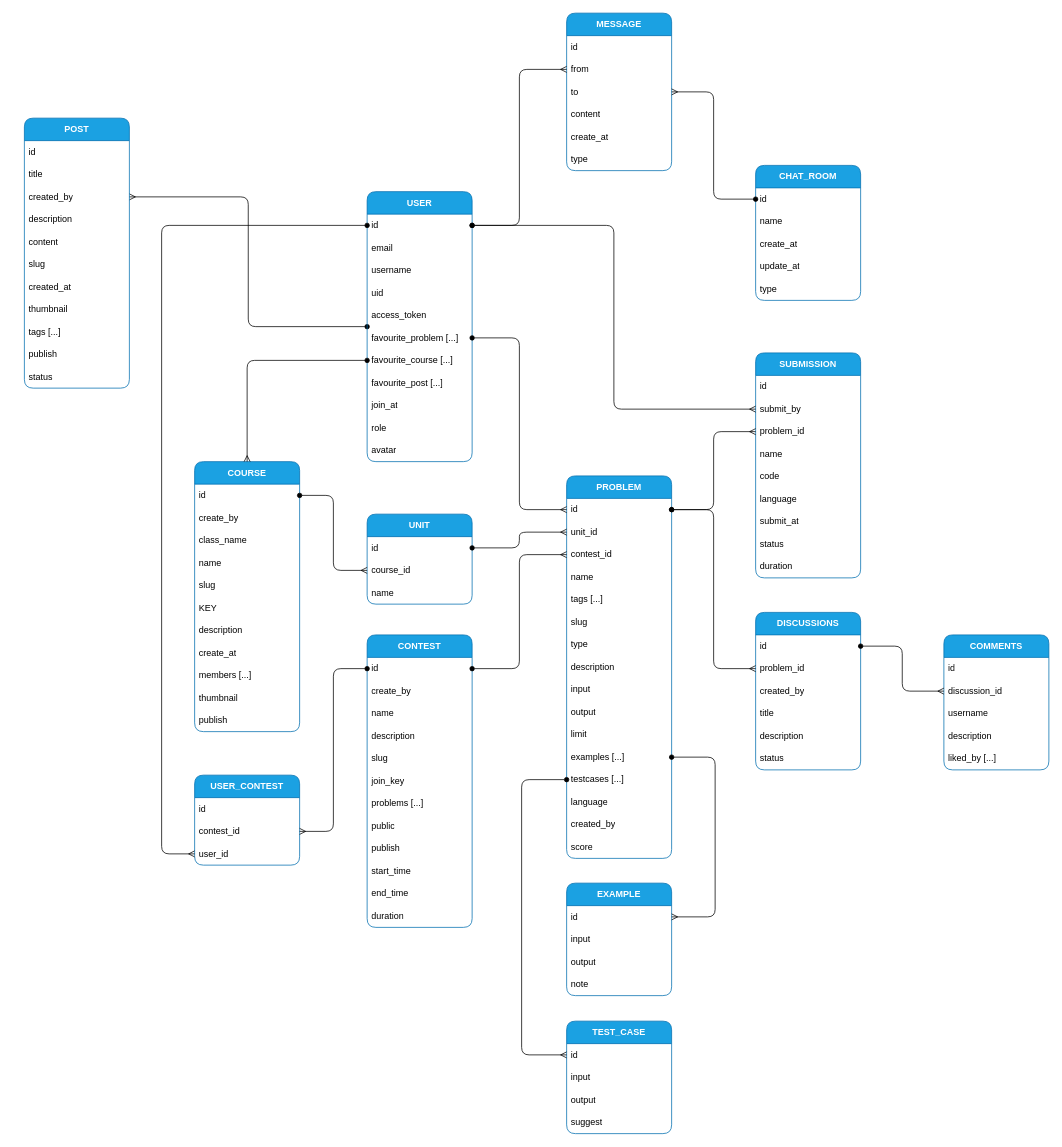
This is docs/db.drawio from kakanvk/hicommit-server, a draw.io file, before an edit. Source tidied: cells renumbered, new cells numbered last; positions are measured from the earlier drawing's top-left corner, leaving out a move shared by most shapes. Both pictures are drawn from the tidied source at 75%, with x=0, y=0 at pixel (24, 13).
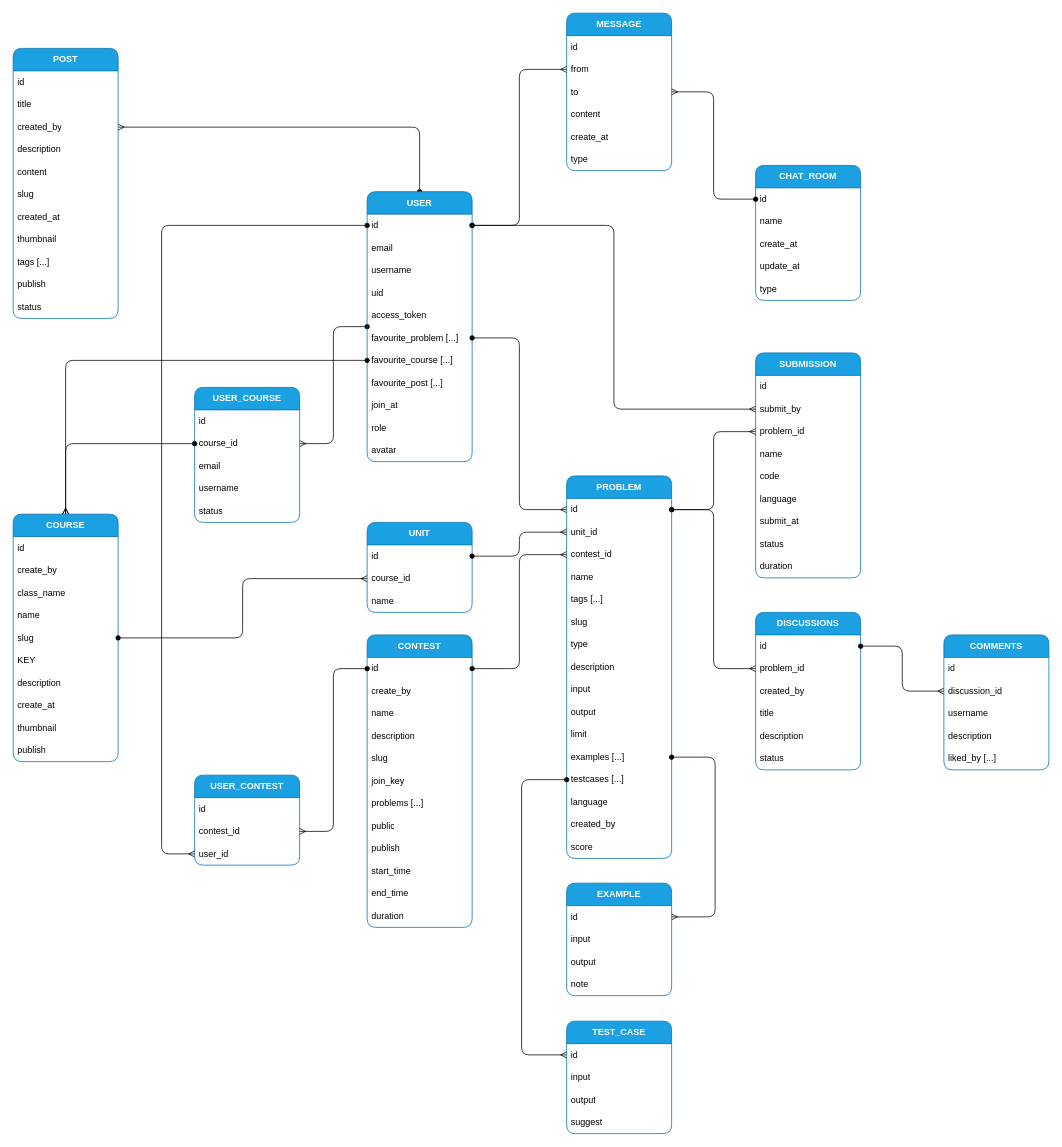
After the change.

Commit message (it also covers changes not shown here):
conf: member, join course

The change refers to these unchanged cells:
```xml
<mxCell id="20" value="id" style="text;strokeColor=none;fillColor=none;align=left;verticalAlign=middle;spacingLeft=4;spacingRight=4;overflow=hidden;points=[[0,0.5],[1,0.5]];portConstraint=eastwest;whiteSpace=wrap;html=1;" parent="19" vertex="1">
  <mxGeometry y="30" width="140" height="30" as="geometry" />
</mxCell>
<mxCell id="24" value="slug" style="text;strokeColor=none;fillColor=none;align=left;verticalAlign=middle;spacingLeft=4;spacingRight=4;overflow=hidden;points=[[0,0.5],[1,0.5]];portConstraint=eastwest;whiteSpace=wrap;html=1;" parent="19" vertex="1">
  <mxGeometry y="150" width="140" height="30" as="geometry" />
</mxCell>
<mxCell id="33" value="course_id" style="text;strokeColor=none;fillColor=none;align=left;verticalAlign=middle;spacingLeft=4;spacingRight=4;overflow=hidden;points=[[0,0.5],[1,0.5]];portConstraint=eastwest;whiteSpace=wrap;html=1;" parent="31" vertex="1">
  <mxGeometry y="60" width="140" height="30" as="geometry" />
</mxCell>
<mxCell id="52" value="&lt;b&gt;USER&lt;/b&gt;" style="swimlane;fontStyle=0;horizontal=1;startSize=30;whiteSpace=wrap;html=1;rounded=1;fillColor=#1ba1e2;fontColor=#ffffff;strokeColor=#006EAF;arcSize=13;" parent="1" vertex="1">
  <mxGeometry x="457" y="238" width="140" height="360" as="geometry" />
</mxCell>
```

Diff of the diagram source:
```diff
@@
     <mxCell id="19" value="&lt;b&gt;COURSE&lt;/b&gt;" style="swimlane;fontStyle=0;horizontal=1;startSize=30;whiteSpace=wrap;html=1;rounded=1;fillColor=#1ba1e2;fontColor=#ffffff;strokeColor=#006EAF;arcSize=13;" parent="1" vertex="1">
-      <mxGeometry x="227" y="598" width="140" height="360" as="geometry" />
+      <mxGeometry x="-15" y="668" width="140" height="330" as="geometry" />
     </mxCell>
@@
-    <mxCell id="28" value="members [...]" style="text;strokeColor=none;fillColor=none;align=left;verticalAlign=middle;spacingLeft=4;spacingRight=4;overflow=hidden;whiteSpace=wrap;html=1;" parent="19" vertex="1">
-      <mxGeometry y="270" width="140" height="30" as="geometry" />
-    </mxCell>
     <mxCell id="29" value="thumbnail" style="text;strokeColor=none;fillColor=none;align=left;verticalAlign=middle;spacingLeft=4;spacingRight=4;overflow=hidden;whiteSpace=wrap;html=1;" parent="19" vertex="1">
-      <mxGeometry y="300" width="140" height="30" as="geometry" />
+      <mxGeometry y="270" width="140" height="30" as="geometry" />
     </mxCell>
     <mxCell id="30" value="publish" style="text;strokeColor=none;fillColor=none;align=left;verticalAlign=middle;spacingLeft=4;spacingRight=4;overflow=hidden;whiteSpace=wrap;html=1;" parent="19" vertex="1">
-      <mxGeometry y="330" width="140" height="30" as="geometry" />
+      <mxGeometry y="300" width="140" height="30" as="geometry" />
     </mxCell>
     <mxCell id="31" value="&lt;b&gt;UNIT&lt;/b&gt;" style="swimlane;fontStyle=0;horizontal=1;startSize=30;whiteSpace=wrap;html=1;rounded=1;fillColor=#1ba1e2;fontColor=#ffffff;strokeColor=#006EAF;arcSize=13;" parent="1" vertex="1">
-      <mxGeometry x="457" y="668" width="140" height="120" as="geometry" />
+      <mxGeometry x="457" y="679" width="140" height="120" as="geometry" />
     </mxCell>
@@
-    <mxCell id="35" style="edgeStyle=orthogonalEdgeStyle;html=1;exitX=1;exitY=0.5;exitDx=0;exitDy=0;entryX=0;entryY=0.5;entryDx=0;entryDy=0;endArrow=ERmany;endFill=0;startArrow=oval;startFill=1;" parent="1" edge="1" source="20" target="33">
+    <mxCell id="35" style="edgeStyle=orthogonalEdgeStyle;html=1;entryX=0;entryY=0.5;entryDx=0;entryDy=0;endArrow=ERmany;endFill=0;startArrow=oval;startFill=1;exitX=1;exitY=0.5;exitDx=0;exitDy=0;" parent="1" edge="1" source="24" target="33">
       <mxGeometry relative="1" as="geometry" />
     </mxCell>
@@
+    <mxCell id="138" style="edgeStyle=orthogonalEdgeStyle;html=1;entryX=1;entryY=0.5;entryDx=0;entryDy=0;startArrow=oval;startFill=1;endArrow=ERmany;endFill=0;" parent="1" edge="1" source="52" target="141">
+      <mxGeometry relative="1" as="geometry" />
+    </mxCell>
@@
     <mxCell id="108" value="&lt;b&gt;POST&lt;/b&gt;" style="swimlane;fontStyle=0;horizontal=1;startSize=30;whiteSpace=wrap;html=1;rounded=1;fillColor=#1ba1e2;fontColor=#ffffff;strokeColor=#006EAF;arcSize=13;" parent="1" vertex="1">
-      <mxGeometry y="140" width="140" height="360" as="geometry" />
+      <mxGeometry x="-15" y="47" width="140" height="360" as="geometry" />
     </mxCell>
@@
+    <mxCell id="139" value="&lt;b&gt;USER_COURSE&lt;/b&gt;" style="swimlane;fontStyle=0;horizontal=1;startSize=30;whiteSpace=wrap;html=1;rounded=1;fillColor=#1ba1e2;fontColor=#ffffff;strokeColor=#006EAF;arcSize=13;" parent="1" vertex="1">
+      <mxGeometry x="227" y="499" width="140" height="180" as="geometry" />
+    </mxCell>
+    <mxCell id="140" value="id" style="text;strokeColor=none;fillColor=none;align=left;verticalAlign=middle;spacingLeft=4;spacingRight=4;overflow=hidden;whiteSpace=wrap;html=1;" parent="139" vertex="1">
+      <mxGeometry y="30" width="140" height="30" as="geometry" />
+    </mxCell>
+    <mxCell id="141" value="course_id" style="text;strokeColor=none;fillColor=none;align=left;verticalAlign=middle;spacingLeft=4;spacingRight=4;overflow=hidden;points=[[0,0.5],[1,0.5]];portConstraint=eastwest;whiteSpace=wrap;html=1;" parent="139" vertex="1">
+      <mxGeometry y="60" width="140" height="30" as="geometry" />
+    </mxCell>
+    <mxCell id="142" value="email" style="text;strokeColor=none;fillColor=none;align=left;verticalAlign=middle;spacingLeft=4;spacingRight=4;overflow=hidden;whiteSpace=wrap;html=1;" parent="139" vertex="1">
+      <mxGeometry y="90" width="140" height="30" as="geometry" />
+    </mxCell>
+    <mxCell id="143" value="username" style="text;strokeColor=none;fillColor=none;align=left;verticalAlign=middle;spacingLeft=4;spacingRight=4;overflow=hidden;whiteSpace=wrap;html=1;" parent="139" vertex="1">
+      <mxGeometry y="120" width="140" height="30" as="geometry" />
+    </mxCell>
+    <mxCell id="144" value="status" style="text;strokeColor=none;fillColor=none;align=left;verticalAlign=middle;spacingLeft=4;spacingRight=4;overflow=hidden;whiteSpace=wrap;html=1;" parent="139" vertex="1">
+      <mxGeometry y="150" width="140" height="30" as="geometry" />
+    </mxCell>
+    <mxCell id="145" style="edgeStyle=orthogonalEdgeStyle;html=1;exitX=0;exitY=0.5;exitDx=0;exitDy=0;entryX=0.5;entryY=0;entryDx=0;entryDy=0;startArrow=oval;startFill=1;endArrow=ERmany;endFill=0;" parent="1" edge="1" source="141" target="19">
+      <mxGeometry relative="1" as="geometry" />
+    </mxCell>
```
